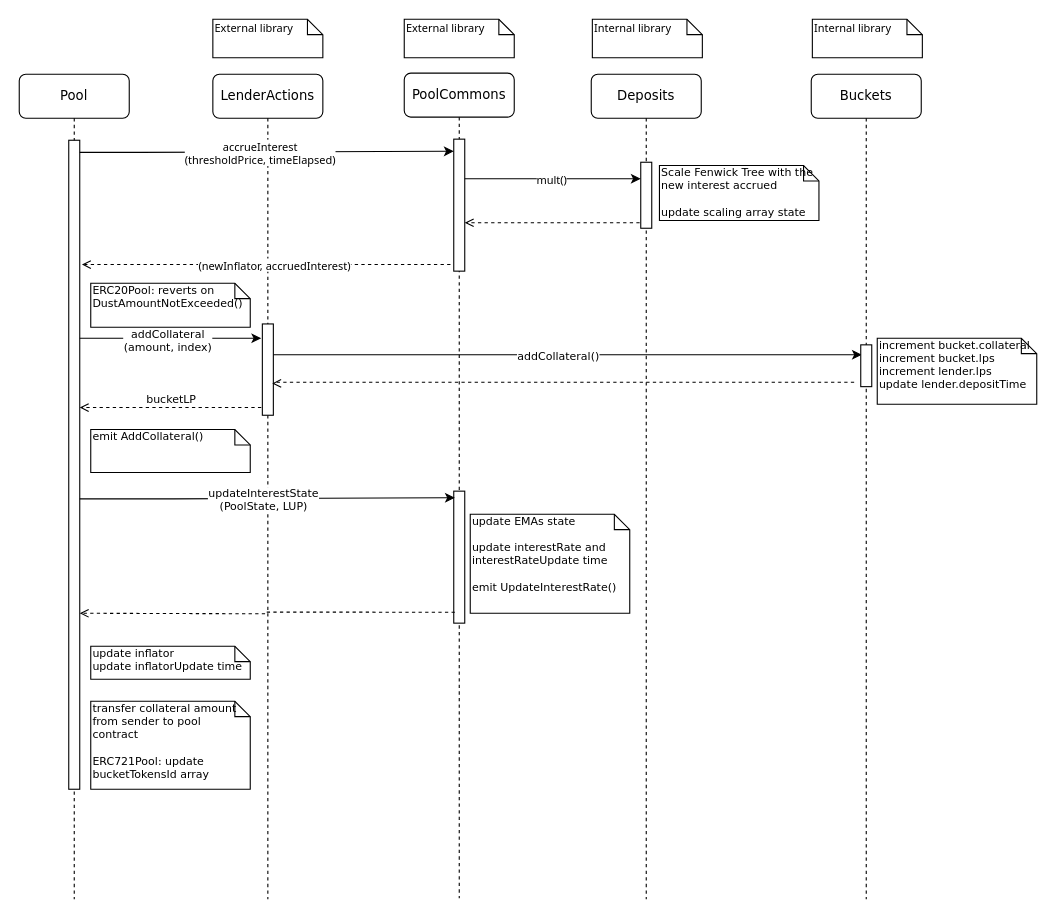
The draw.io diagram docs/drawio/addCollateral.drawio in ajna-finance/ajna-core, before the edit. Source tidied: cells renumbered, new cells numbered last; positions are measured from the earlier drawing's top-left corner, leaving out a move shared by most shapes. Both pictures are drawn from the tidied source at 110%, with x=0, y=0 at pixel (19, 19).
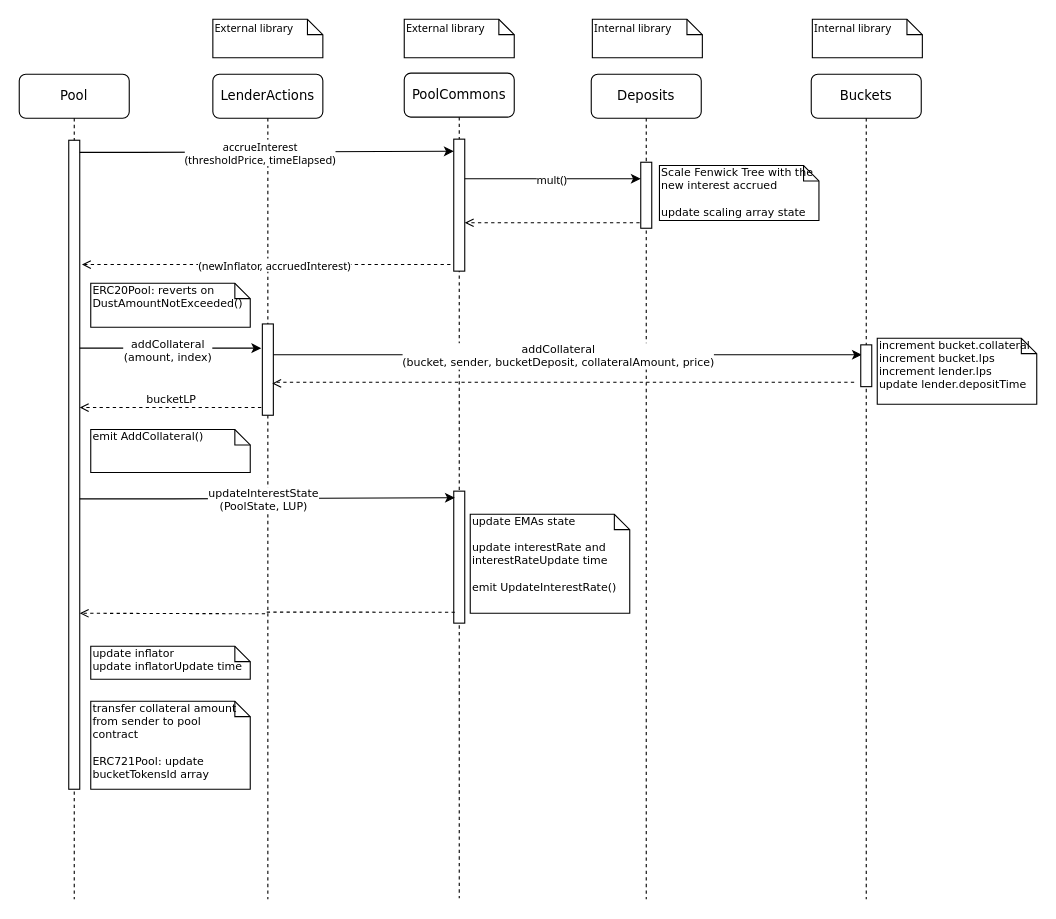
After the change.

The change refers to these unchanged cells:
```xml
<mxCell id="10" style="html=1;points=[];perimeter=orthogonalPerimeter;rounded=0;shadow=0;comic=0;labelBackgroundColor=none;strokeWidth=1;fontFamily=Verdana;fontSize=12;align=center;" parent="9" vertex="1">
  <mxGeometry x="45" y="60" width="10" height="590" as="geometry" />
</mxCell>
<mxCell id="24" style="edgeStyle=orthogonalEdgeStyle;rounded=0;jettySize=auto;html=1;fontFamily=Verdana;fontSize=10;endArrow=classic;endFill=1;entryX=0.1;entryY=0.237;entryDx=0;entryDy=0;entryPerimeter=0;" parent="1" edge="1" source="3" target="35">
  <mxGeometry relative="1" as="geometry">
    <Array as="points">
      <mxPoint x="350" y="305" />
      <mxPoint x="350" y="305" />
    </Array>
  </mxGeometry>
</mxCell>
```

The edit, as a diff of the source:
```diff
@@
-    <mxCell id="22" style="edgeStyle=orthogonalEdgeStyle;rounded=0;jettySize=auto;html=1;fontFamily=Verdana;fontSize=10;endArrow=classic;endFill=1;" parent="1" edge="1" source="10">
+    <mxCell id="22" style="edgeStyle=orthogonalEdgeStyle;rounded=0;orthogonalLoop=1;jettySize=auto;html=1;fontFamily=Verdana;fontSize=10;endArrow=classic;endFill=1;" parent="1" edge="1">
       <mxGeometry relative="1" as="geometry">
-        <mxPoint x="220" y="290" as="targetPoint" />
+        <mxPoint x="55" y="299" as="sourcePoint" />
+        <mxPoint x="220" y="299" as="targetPoint" />
         <Array as="points">
-          <mxPoint x="90" y="290" />
-          <mxPoint x="90" y="290" />
+          <mxPoint x="90" y="299" />
+          <mxPoint x="90" y="299" />
         </Array>
       </mxGeometry>
     </mxCell>
@@
-    <mxCell id="25" value="addCollateral()" style="edgeLabel;html=1;align=center;verticalAlign=middle;fontSize=10;fontFamily=Verdana;" parent="24" vertex="1">
+    <mxCell id="25" value="addCollateral&lt;br&gt;(bucket, sender, bucketDeposit, collateralAmount, price)" style="edgeLabel;html=1;align=center;verticalAlign=middle;fontSize=10;fontFamily=Verdana;" parent="24" vertex="1">
       <mxGeometry x="-0.09" relative="1" as="geometry">
         <mxPoint x="16" as="offset" />
       </mxGeometry>
     </mxCell>
```
